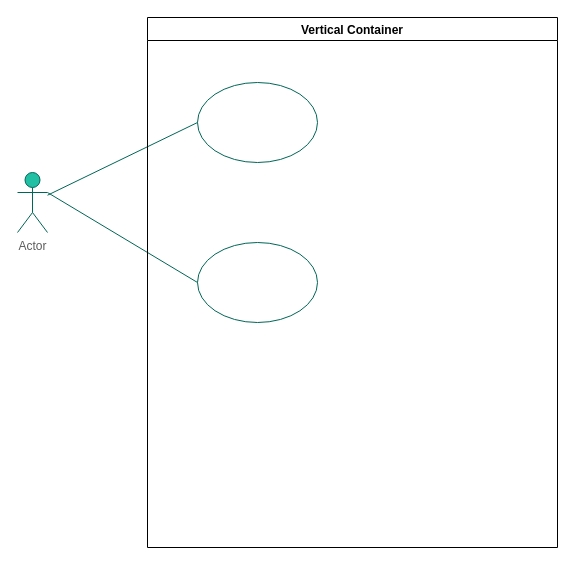
This is GedeminCheck/Description/Use Case Diagram.drawio from gsbelarus/check-and-cash, a draw.io file, before an edit. Source tidied: cells renumbered, new cells numbered last; positions are measured from the earlier drawing's top-left corner, leaving out a move shared by most shapes. Both pictures are drawn from the tidied source at 100%, with x=0, y=0 at pixel (17, 17).
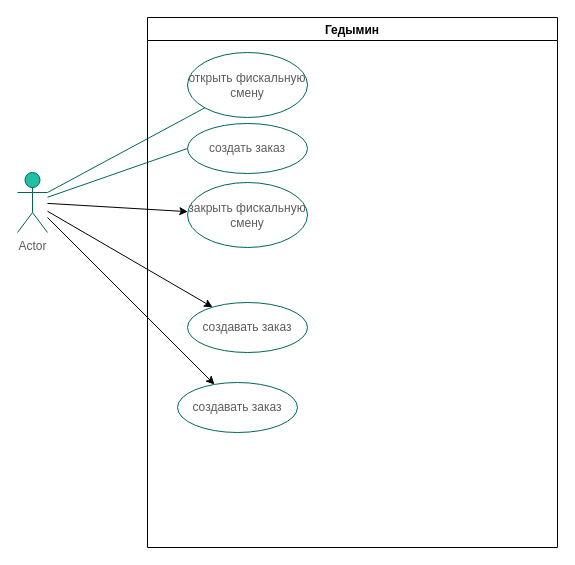
After the change.

The edit, as a diff of the source:
```diff
@@
 <mxGraphModel>
   <root>
     <mxCell id="0" />
     <mxCell id="1" parent="0" />
     <mxCell id="2" value="Actor" style="shape=umlActor;verticalLabelPosition=bottom;verticalAlign=top;html=1;outlineConnect=0;fillColor=#21C0A5;strokeColor=#006658;fontColor=#5C5C5C;" parent="1" vertex="1">
       <mxGeometry y="155" width="30" height="60" as="geometry" />
     </mxCell>
-    <mxCell id="3" style="ellipse;whiteSpace=wrap;html=1;fillColor=none;strokeColor=#006658;fontColor=#5C5C5C;" parent="1" vertex="1">
-      <mxGeometry x="180" y="65" width="120" height="80" as="geometry" />
-    </mxCell>
-    <mxCell id="4" style="ellipse;whiteSpace=wrap;html=1;fillColor=none;strokeColor=#006658;fontColor=#5C5C5C;" parent="1" vertex="1">
-      <mxGeometry x="180" y="225" width="120" height="80" as="geometry" />
-    </mxCell>
     <mxCell id="5" style="endArrow=none;html=1;rounded=0;entryX=0;entryY=0.5;entryDx=0;entryDy=0;strokeColor=#006658;fontColor=#5C5C5C;" parent="1" edge="1" source="2" target="3">
       <mxGeometry relative="1" as="geometry" />
     </mxCell>
-    <mxCell id="6" style="endArrow=none;html=1;rounded=0;entryX=0;entryY=0.5;entryDx=0;entryDy=0;exitX=1;exitY=0.3333333333333333;exitDx=0;exitDy=0;exitPerimeter=0;strokeColor=#006658;fontColor=#5C5C5C;" parent="1" edge="1" source="2" target="4">
+    <mxCell id="6" style="endArrow=none;html=1;rounded=0;exitX=1;exitY=0.3333333333333333;exitDx=0;exitDy=0;exitPerimeter=0;strokeColor=#006658;fontColor=#5C5C5C;" parent="1" edge="1" source="2" target="10">
       <mxGeometry relative="1" as="geometry" />
     </mxCell>
-    <mxCell id="7" value="Vertical Container" style="swimlane;" parent="1" vertex="1">
+    <mxCell id="7" value="Гедымин" style="swimlane;" parent="1" vertex="1">
       <mxGeometry x="130" width="410" height="530" as="geometry" />
     </mxCell>
+    <mxCell id="8" value="закрыть фискальную смену" style="ellipse;whiteSpace=wrap;html=1;fillColor=none;strokeColor=#006658;fontColor=#5C5C5C;" parent="7" vertex="1">
+      <mxGeometry x="40" y="165" width="120" height="65" as="geometry" />
+    </mxCell>
+    <mxCell id="9" value="создавать заказ" style="ellipse;whiteSpace=wrap;html=1;fillColor=none;strokeColor=#006658;fontColor=#5C5C5C;" parent="7" vertex="1">
+      <mxGeometry x="40" y="285" width="120" height="50" as="geometry" />
+    </mxCell>
+    <mxCell id="10" value="открыть фискальную смену" style="ellipse;whiteSpace=wrap;html=1;fillColor=none;strokeColor=#006658;fontColor=#5C5C5C;" parent="7" vertex="1">
+      <mxGeometry x="40" y="35" width="120" height="65" as="geometry" />
+    </mxCell>
+    <mxCell id="11" value="создавать заказ" style="ellipse;whiteSpace=wrap;html=1;fillColor=none;strokeColor=#006658;fontColor=#5C5C5C;" parent="7" vertex="1">
+      <mxGeometry x="30" y="365" width="120" height="50" as="geometry" />
+    </mxCell>
+    <mxCell id="3" value="создать заказ" style="ellipse;whiteSpace=wrap;html=1;fillColor=none;strokeColor=#006658;fontColor=#5C5C5C;" parent="7" vertex="1">
+      <mxGeometry x="40" y="106" width="120" height="50" as="geometry" />
+    </mxCell>
+    <mxCell id="12" style="endArrow=classic;html=1;rounded=0;" parent="1" edge="1" source="2" target="8">
+      <mxGeometry relative="1" as="geometry" />
+    </mxCell>
+    <mxCell id="13" style="endArrow=classic;html=1;rounded=0;" parent="1" edge="1" source="2" target="9">
+      <mxGeometry relative="1" as="geometry" />
+    </mxCell>
+    <mxCell id="14" style="endArrow=classic;html=1;rounded=0;" parent="1" edge="1" source="2" target="11">
+      <mxGeometry relative="1" as="geometry" />
+    </mxCell>
   </root>
 </mxGraphModel>
```
